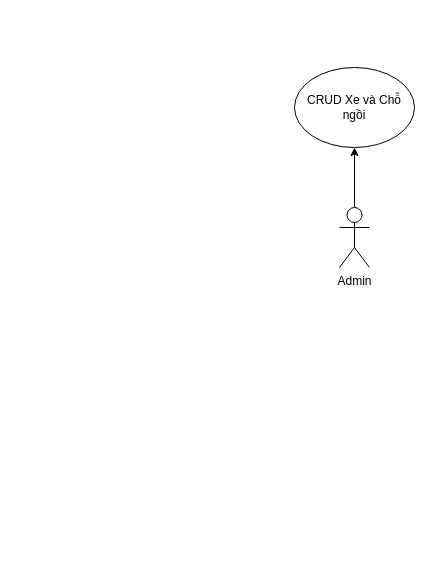
Earlier version of the draw.io diagram uet_thesis/admin_usecase.drawio (EagleVee/flowchart). Source tidied: cells renumbered, new cells numbered last; positions are measured from the earlier drawing's top-left corner, leaving out a move shared by most shapes. Both pictures are drawn from the tidied source at 100%, with x=0, y=0 at pixel (294, 67).
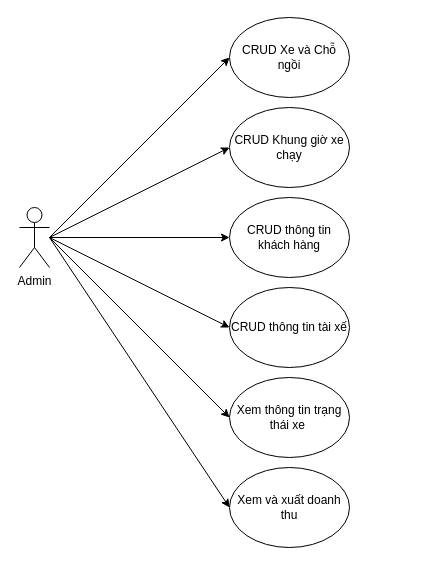
After the change.

What changed in the source:
```diff
@@
 <mxGraphModel>
   <root>
     <mxCell id="0" />
     <mxCell id="1" parent="0" />
-    <mxCell id="2" style="edgeStyle=orthogonalEdgeStyle;rounded=0;jettySize=auto;html=1;" parent="1" edge="1" source="3" target="4">
-      <mxGeometry relative="1" as="geometry" />
-    </mxCell>
     <mxCell id="3" value="Admin" style="shape=umlActor;verticalLabelPosition=bottom;verticalAlign=top;html=1;" parent="1" vertex="1">
-      <mxGeometry x="45" y="140" width="30" height="60" as="geometry" />
+      <mxGeometry x="-275" y="140" width="30" height="60" as="geometry" />
     </mxCell>
     <mxCell id="4" value="CRUD Xe và Chỗ ngồi" style="ellipse;whiteSpace=wrap;html=1;" parent="1" vertex="1">
-      <mxGeometry width="120" height="80" as="geometry" />
+      <mxGeometry x="-65" y="-50" width="120" height="80" as="geometry" />
     </mxCell>
+    <mxCell id="5" value="CRUD Khung giờ xe chạy" style="ellipse;whiteSpace=wrap;html=1;" parent="1" vertex="1">
+      <mxGeometry x="-65" y="40" width="120" height="80" as="geometry" />
+    </mxCell>
+    <mxCell id="6" value="CRUD thông tin khách hàng" style="ellipse;whiteSpace=wrap;html=1;" parent="1" vertex="1">
+      <mxGeometry x="-65" y="130" width="120" height="80" as="geometry" />
+    </mxCell>
+    <mxCell id="7" style="endArrow=classic;html=1;entryX=0;entryY=0.5;entryDx=0;entryDy=0;" parent="1" edge="1" target="4">
+      <mxGeometry relative="1" as="geometry">
+        <mxPoint x="-245" y="170" as="sourcePoint" />
+      </mxGeometry>
+    </mxCell>
+    <mxCell id="8" style="endArrow=classic;html=1;entryX=0;entryY=0.5;entryDx=0;entryDy=0;" parent="1" edge="1" target="5">
+      <mxGeometry relative="1" as="geometry">
+        <mxPoint x="-245" y="170" as="sourcePoint" />
+      </mxGeometry>
+    </mxCell>
+    <mxCell id="9" style="endArrow=classic;html=1;entryX=0;entryY=0.5;entryDx=0;entryDy=0;" parent="1" edge="1" target="6">
+      <mxGeometry relative="1" as="geometry">
+        <mxPoint x="-245" y="170" as="sourcePoint" />
+      </mxGeometry>
+    </mxCell>
+    <mxCell id="10" value="CRUD thông tin tài xế" style="ellipse;whiteSpace=wrap;html=1;" parent="1" vertex="1">
+      <mxGeometry x="-65" y="220" width="120" height="80" as="geometry" />
+    </mxCell>
+    <mxCell id="11" style="endArrow=classic;html=1;entryX=0;entryY=0.5;entryDx=0;entryDy=0;" parent="1" edge="1" target="10">
+      <mxGeometry relative="1" as="geometry">
+        <mxPoint x="-245" y="170" as="sourcePoint" />
+      </mxGeometry>
+    </mxCell>
+    <mxCell id="12" value="Xem thông tin trạng thái xe&amp;nbsp;" style="ellipse;whiteSpace=wrap;html=1;" parent="1" vertex="1">
+      <mxGeometry x="-65" y="310" width="120" height="80" as="geometry" />
+    </mxCell>
+    <mxCell id="13" style="endArrow=classic;html=1;entryX=0;entryY=0.5;entryDx=0;entryDy=0;" parent="1" edge="1" target="12">
+      <mxGeometry relative="1" as="geometry">
+        <mxPoint x="-245" y="170" as="sourcePoint" />
+      </mxGeometry>
+    </mxCell>
+    <mxCell id="14" value="Xem và xuất doanh thu" style="ellipse;whiteSpace=wrap;html=1;" parent="1" vertex="1">
+      <mxGeometry x="-65" y="400" width="120" height="80" as="geometry" />
+    </mxCell>
+    <mxCell id="15" style="endArrow=classic;html=1;entryX=0;entryY=0.5;entryDx=0;entryDy=0;" parent="1" edge="1" target="14">
+      <mxGeometry relative="1" as="geometry">
+        <mxPoint x="-245" y="170" as="sourcePoint" />
+      </mxGeometry>
+    </mxCell>
   </root>
 </mxGraphModel>
```
